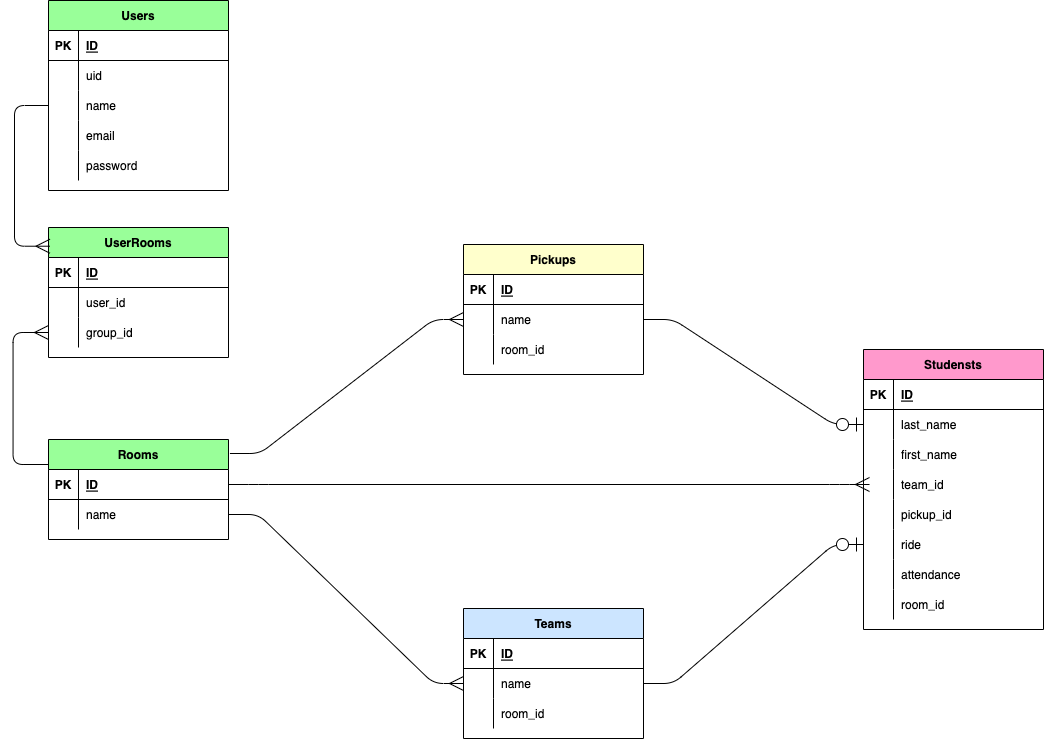
Above: table_design.png in rrr-ryu/wasurena (draw.io), before the change. Source tidied: cells renumbered, new cells last; positions are measured from the earlier drawing's top-left corner, leaving out a move shared by most shapes.
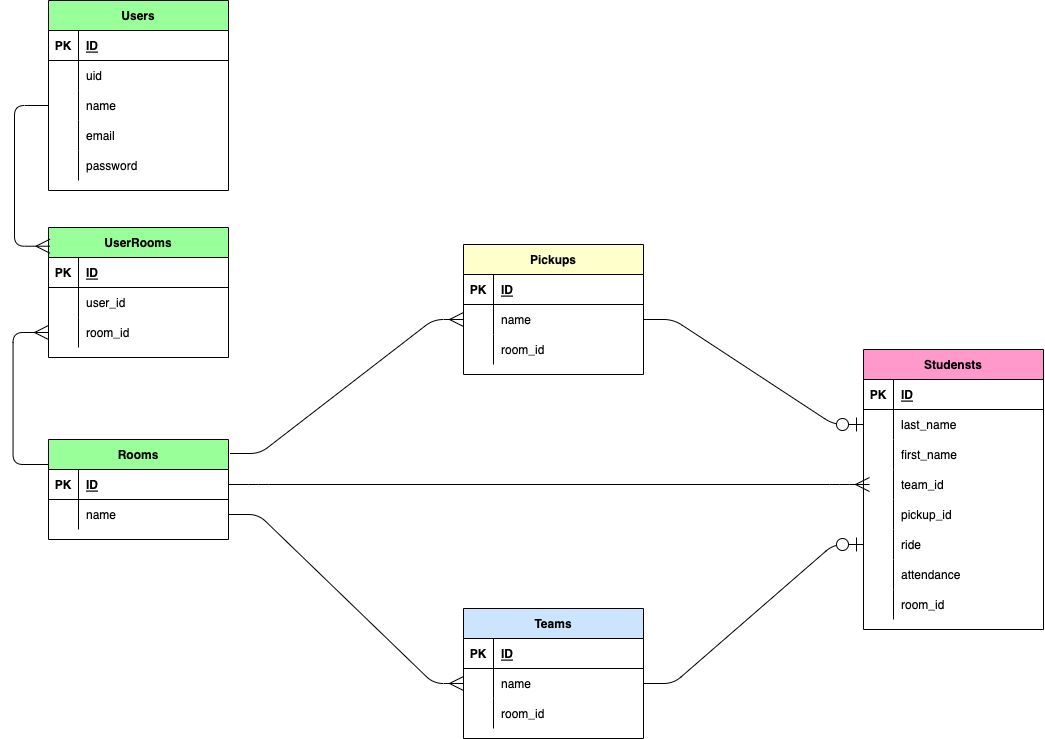
Later version of the same file.

Commit message:
DB設計図ミス修正

Change to the diagram source:
```diff
@@ -229,7 +229,7 @@
     <mxCell id="76" style="shape=partialRectangle;fillColor=none;top=0;left=0;bottom=0;right=0;overflow=hidden;fontColor=#000000;labelBorderColor=none;strokeColor=#000000;" parent="75" vertex="1">
       <mxGeometry width="30" height="30" as="geometry" />
     </mxCell>
-    <mxCell id="77" value="group_id" style="shape=partialRectangle;fillColor=none;top=0;left=0;bottom=0;right=0;align=left;spacingLeft=6;overflow=hidden;fontColor=#000000;labelBorderColor=none;strokeColor=#000000;" parent="75" vertex="1">
+    <mxCell id="77" value="room_id" style="shape=partialRectangle;fillColor=none;top=0;left=0;bottom=0;right=0;align=left;spacingLeft=6;overflow=hidden;fontColor=#000000;labelBorderColor=none;strokeColor=#000000;" parent="75" vertex="1">
       <mxGeometry x="30" width="150" height="30" as="geometry" />
     </mxCell>
     <mxCell id="78" value="Rooms" style="shape=table;startSize=30;rowLines=0;fontStyle=1;align=center;labelBackgroundColor=none;fillColor=#99FF99;fontColor=#000000;labelBorderColor=none;strokeColor=#000000;" parent="1" vertex="1">
```
